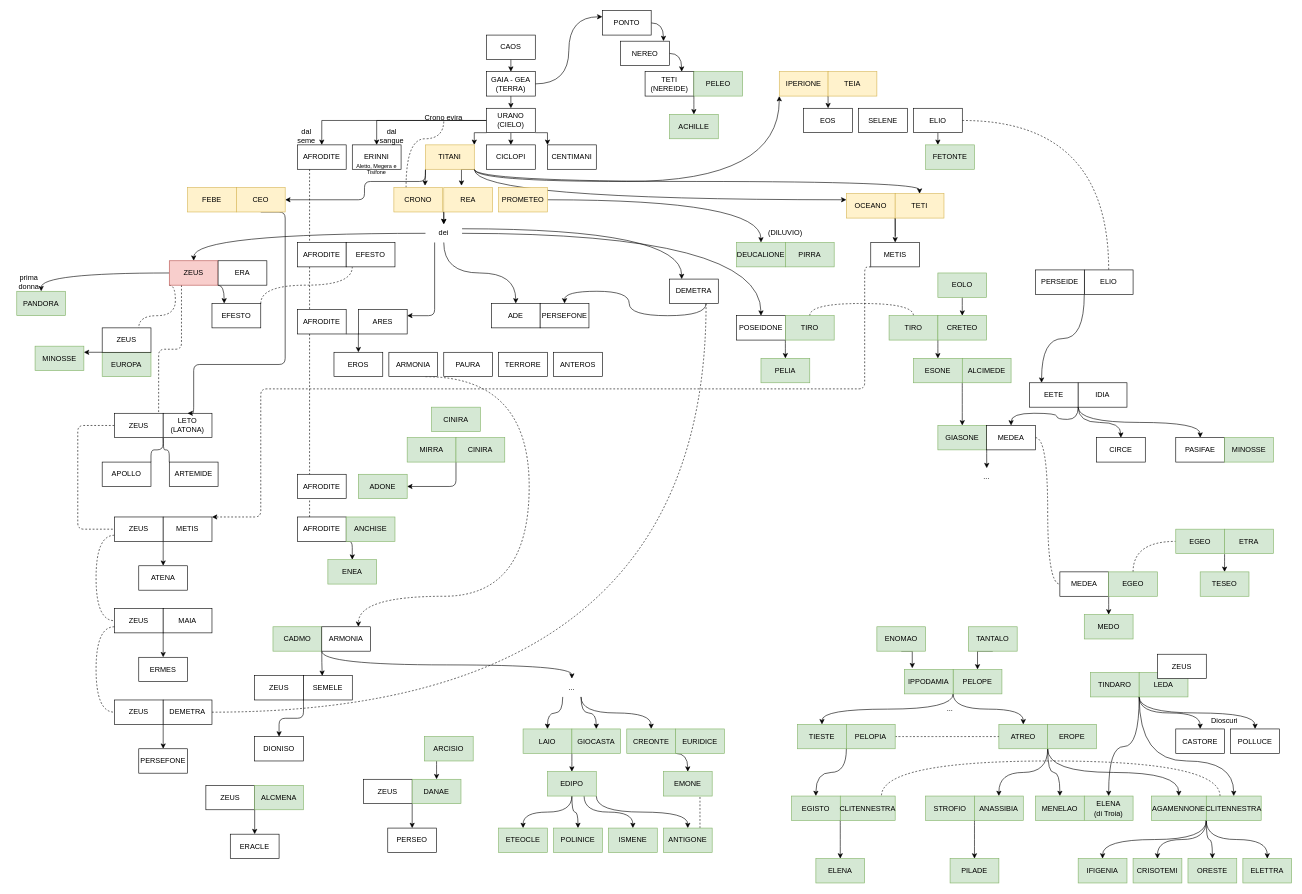
Above: miti.drawio in tcaru/diagrams (draw.io), before the change. Source tidied: cells renumbered, new cells numbered last; positions are measured from the earlier drawing's top-left corner, leaving out a move shared by most shapes. Both pictures are drawn from the tidied source at 61%, with x=0, y=0 at pixel (10, 10).
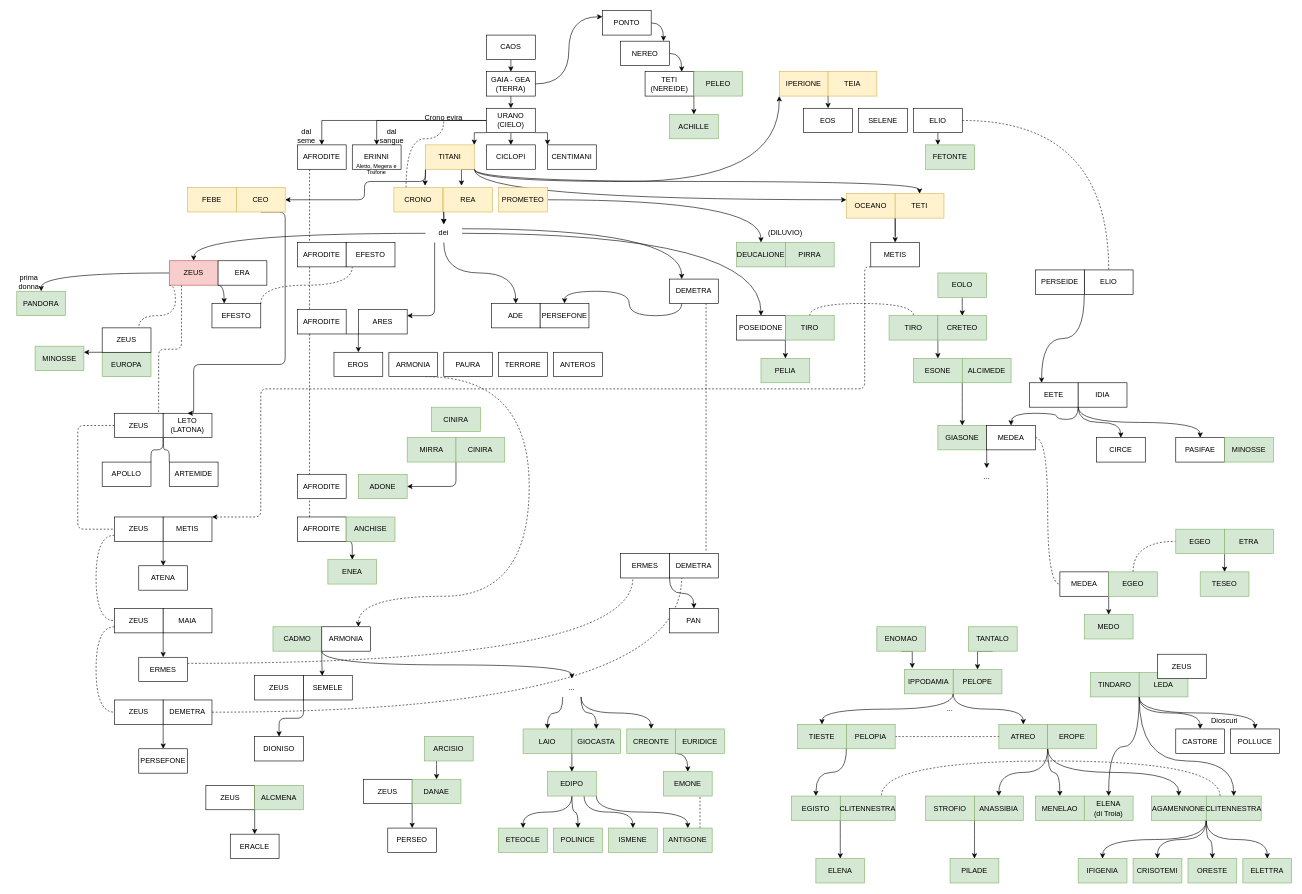
The same page after the edit.

The change refers to these unchanged cells:
```xml
<mxCell id="42" value="PERSEFONE" style="rounded=0;whiteSpace=wrap;html=1;" parent="1" vertex="1">
  <mxGeometry x="868" y="480" width="80" height="40" as="geometry" />
</mxCell>
<mxCell id="108" value="DEMETRA" style="rounded=0;whiteSpace=wrap;html=1;" parent="1" vertex="1">
  <mxGeometry x="1080" y="440" width="80" height="40" as="geometry" />
</mxCell>
<mxCell id="117" value="ERMES" style="rounded=0;whiteSpace=wrap;html=1;" parent="1" vertex="1">
  <mxGeometry x="210" y="1060" width="80" height="40" as="geometry" />
</mxCell>
<mxCell id="119" value="DEMETRA" style="rounded=0;whiteSpace=wrap;html=1;" parent="1" vertex="1">
  <mxGeometry x="250" y="1130" width="80" height="40" as="geometry" />
</mxCell>
```

The edit, as a diff of the source:
```diff
@@
-    <mxCell id="106" style="edgeStyle=orthogonalEdgeStyle;curved=1;jettySize=auto;html=1;exitX=0.75;exitY=1;exitDx=0;exitDy=0;entryX=1;entryY=0.5;entryDx=0;entryDy=0;dashed=1;endArrow=none;endFill=0;" parent="1" edge="1" source="108" target="119">
-      <mxGeometry relative="1" as="geometry" />
-    </mxCell>
-    <mxCell id="107" style="edgeStyle=orthogonalEdgeStyle;curved=1;jettySize=auto;html=1;exitX=0.75;exitY=1;exitDx=0;exitDy=0;entryX=0.5;entryY=0;entryDx=0;entryDy=0;endArrow=classic;endFill=1;" parent="1" edge="1" source="108" target="42">
+    <mxCell id="107" style="edgeStyle=orthogonalEdgeStyle;curved=1;jettySize=auto;html=1;exitX=0.25;exitY=1;exitDx=0;exitDy=0;entryX=0.5;entryY=0;entryDx=0;entryDy=0;endArrow=classic;endFill=1;" parent="1" edge="1" source="108" target="42">
       <mxGeometry relative="1" as="geometry" />
     </mxCell>
+    <mxCell id="263" style="edgeStyle=orthogonalEdgeStyle;curved=1;jettySize=auto;html=1;exitX=0.75;exitY=1;exitDx=0;exitDy=0;dashed=1;endArrow=none;endFill=0;" parent="1" edge="1" source="108">
+      <mxGeometry relative="1" as="geometry">
+        <mxPoint x="1140" y="888" as="targetPoint" />
+      </mxGeometry>
+    </mxCell>
@@
+    <mxCell id="264" style="edgeStyle=orthogonalEdgeStyle;curved=1;jettySize=auto;html=1;exitX=1;exitY=0.25;exitDx=0;exitDy=0;entryX=0.25;entryY=1;entryDx=0;entryDy=0;dashed=1;endArrow=none;endFill=0;" parent="1" edge="1" source="117" target="266">
+      <mxGeometry relative="1" as="geometry" />
+    </mxCell>
@@
+    <mxCell id="265" style="edgeStyle=orthogonalEdgeStyle;curved=1;jettySize=auto;html=1;exitX=1;exitY=0.5;exitDx=0;exitDy=0;entryX=0.25;entryY=1;entryDx=0;entryDy=0;dashed=1;endArrow=none;endFill=0;" parent="1" edge="1" source="119" target="268">
+      <mxGeometry relative="1" as="geometry" />
+    </mxCell>
@@
+    <mxCell id="266" value="ERMES" style="rounded=0;whiteSpace=wrap;html=1;" parent="1" vertex="1">
+      <mxGeometry x="1000" y="890" width="80" height="40" as="geometry" />
+    </mxCell>
+    <mxCell id="267" style="edgeStyle=orthogonalEdgeStyle;jettySize=auto;html=1;exitX=0;exitY=1;exitDx=0;exitDy=0;entryX=0.5;entryY=0;entryDx=0;entryDy=0;curved=1;" parent="1" edge="1" source="268" target="269">
+      <mxGeometry relative="1" as="geometry" />
+    </mxCell>
+    <mxCell id="268" value="DEMETRA" style="rounded=0;whiteSpace=wrap;html=1;" parent="1" vertex="1">
+      <mxGeometry x="1080" y="890" width="80" height="40" as="geometry" />
+    </mxCell>
+    <mxCell id="269" value="PAN" style="rounded=0;whiteSpace=wrap;html=1;" parent="1" vertex="1">
+      <mxGeometry x="1080" y="980" width="80" height="40" as="geometry" />
+    </mxCell>
```
